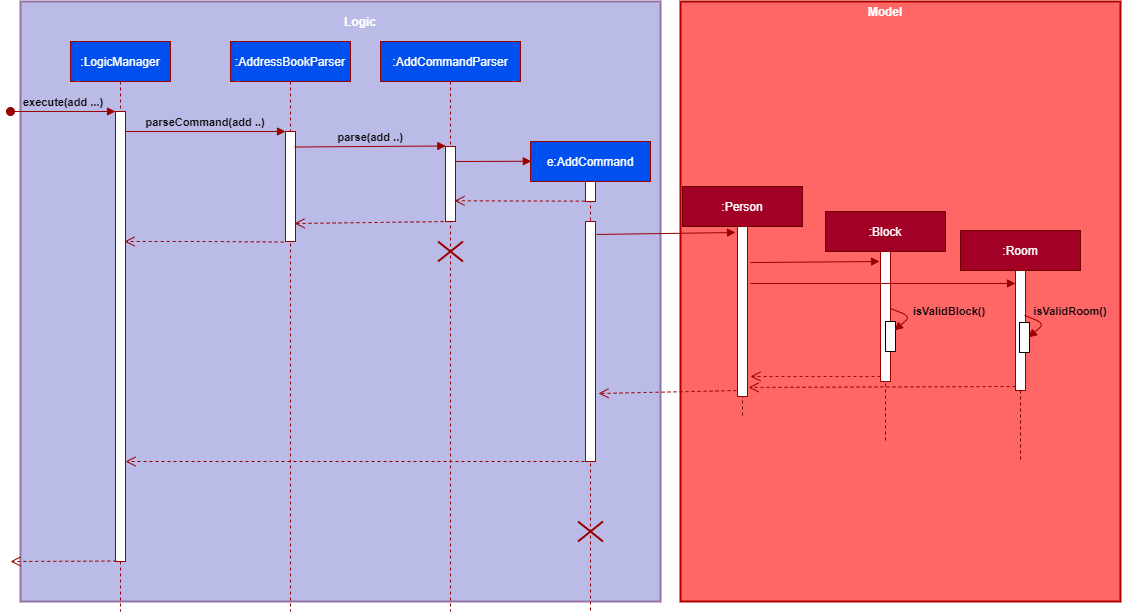
yanchenglee98/tp keeps this draw.io diagram as docs/images/Block Room Validation.png. Above is the earlier version. Source tidied: cells renumbered, new cells last; positions are measured from the earlier drawing's top-left corner, leaving out a move shared by most shapes.
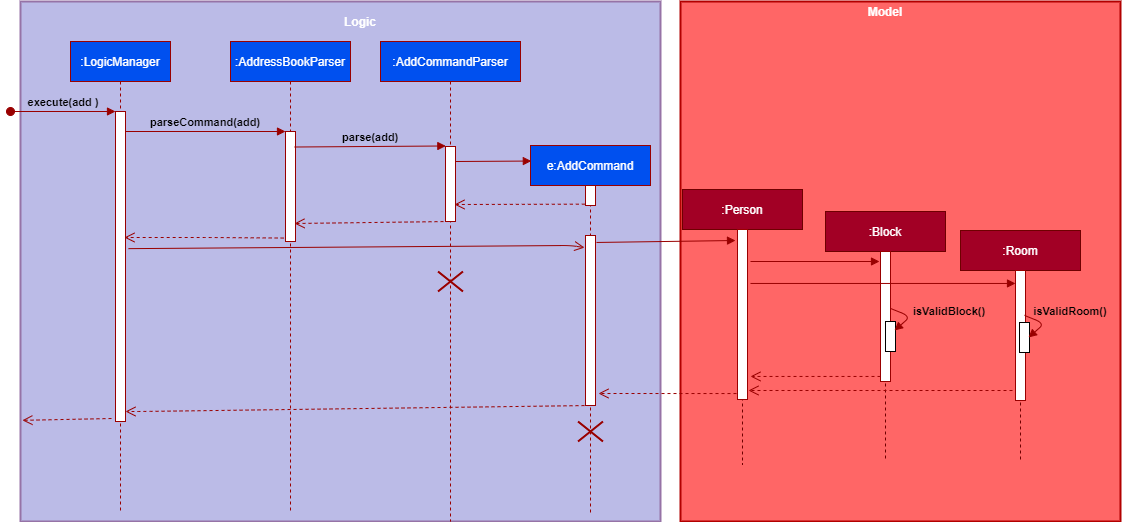
Later version of the same file.

Commit message:
Fix sequence diagram in DG

Change to the diagram source:
```diff
@@ -3,51 +3,51 @@
     <mxCell id="0" />
     <mxCell id="1" parent="0" />
     <mxCell id="2" value="&lt;br&gt;&lt;br&gt;" style="rounded=0;whiteSpace=wrap;html=1;labelBackgroundColor=none;strokeWidth=2;strokeColor=#9673a6;fillColor=#BBBBE7;" parent="1" vertex="1">
-      <mxGeometry x="10" width="640" height="600" as="geometry" />
+      <mxGeometry x="10" width="640" height="520" as="geometry" />
     </mxCell>
     <mxCell id="3" value=":LogicManager" style="shape=umlLifeline;perimeter=lifelinePerimeter;rounded=0;shadow=0;strokeWidth=1;fillColor=#0050ef;fontColor=#ffffff;strokeColor=#990000;" parent="1" vertex="1">
-      <mxGeometry x="60" y="40" width="100" height="570" as="geometry" />
+      <mxGeometry x="60" y="40" width="100" height="470" as="geometry" />
     </mxCell>
     <mxCell id="4" style="points=[];perimeter=orthogonalPerimeter;rounded=0;shadow=0;strokeWidth=1;strokeColor=#990000;" parent="3" vertex="1">
-      <mxGeometry x="45" y="70" width="10" height="450" as="geometry" />
+      <mxGeometry x="45" y="70" width="10" height="310" as="geometry" />
     </mxCell>
-    <mxCell id="5" value="execute(add ...)" style="verticalAlign=bottom;startArrow=oval;endArrow=block;startSize=8;shadow=0;strokeWidth=1;labelBackgroundColor=none;strokeColor=#990000;rounded=0;fontStyle=1;" parent="3" edge="1" target="4">
+    <mxCell id="5" value="execute(add )" style="verticalAlign=bottom;startArrow=oval;endArrow=block;startSize=8;shadow=0;strokeWidth=1;labelBackgroundColor=none;strokeColor=#990000;rounded=0;fontStyle=1;" parent="3" edge="1" target="4">
       <mxGeometry relative="1" as="geometry">
         <mxPoint x="-60" y="70" as="sourcePoint" />
       </mxGeometry>
     </mxCell>
     <mxCell id="6" value=":AddressBookParser" style="shape=umlLifeline;perimeter=lifelinePerimeter;rounded=0;shadow=0;strokeWidth=1;fillColor=#0050ef;fontColor=#ffffff;strokeColor=#990000;" parent="1" vertex="1">
-      <mxGeometry x="220" y="40" width="120" height="570" as="geometry" />
+      <mxGeometry x="220" y="40" width="120" height="470" as="geometry" />
     </mxCell>
     <mxCell id="7" style="points=[];perimeter=orthogonalPerimeter;rounded=0;shadow=0;strokeWidth=1;strokeColor=#990000;" parent="6" vertex="1">
       <mxGeometry x="55" y="90" width="10" height="110" as="geometry" />
     </mxCell>
-    <mxCell id="8" value="parseCommand(add ..)" style="verticalAlign=bottom;endArrow=block;entryX=0;entryY=0;shadow=0;strokeWidth=1;labelBackgroundColor=none;strokeColor=#990000;fontStyle=1;" parent="1" edge="1" source="4" target="7">
+    <mxCell id="8" value="parseCommand(add)" style="verticalAlign=bottom;endArrow=block;entryX=0;entryY=0;shadow=0;strokeWidth=1;labelBackgroundColor=none;strokeColor=#990000;fontStyle=1;" parent="1" edge="1" source="4" target="7">
       <mxGeometry relative="1" as="geometry" />
     </mxCell>
     <mxCell id="9" value="e:AddCommand" style="shape=umlLifeline;perimeter=lifelinePerimeter;rounded=0;shadow=0;strokeWidth=1;fillColor=#0050ef;fontColor=#ffffff;strokeColor=#990000;" parent="1" vertex="1">
-      <mxGeometry x="520" y="140" width="120" height="470" as="geometry" />
+      <mxGeometry x="520" y="144" width="120" height="370" as="geometry" />
     </mxCell>
     <mxCell id="10" style="points=[];perimeter=orthogonalPerimeter;rounded=0;shadow=0;strokeWidth=1;strokeColor=#990000;" parent="9" vertex="1">
       <mxGeometry x="55" y="40" width="10" height="20" as="geometry" />
     </mxCell>
     <mxCell id="11" style="points=[];perimeter=orthogonalPerimeter;rounded=0;shadow=0;strokeWidth=1;strokeColor=#990000;" parent="9" vertex="1">
-      <mxGeometry x="55" y="80" width="10" height="240" as="geometry" />
+      <mxGeometry x="55" y="90" width="10" height="170" as="geometry" />
     </mxCell>
     <mxCell id="12" style="shape=umlDestroy;whiteSpace=wrap;html=1;strokeWidth=2;labelBackgroundColor=none;fontColor=#990000;strokeColor=#990000;" parent="9" vertex="1">
-      <mxGeometry x="47.5" y="380" width="25" height="20" as="geometry" />
+      <mxGeometry x="47.5" y="276" width="25" height="20" as="geometry" />
     </mxCell>
     <mxCell id="13" style="html=1;verticalAlign=bottom;endArrow=open;dashed=1;endSize=8;labelBackgroundColor=none;exitX=-0.083;exitY=1.005;exitDx=0;exitDy=0;exitPerimeter=0;strokeColor=#990000;" parent="1" edge="1">
       <mxGeometry relative="1" as="geometry">
-        <mxPoint x="273.2" y="240.5" as="sourcePoint" />
-        <mxPoint x="114" y="240" as="targetPoint" />
+        <mxPoint x="273.2" y="236.5" as="sourcePoint" />
+        <mxPoint x="114" y="236" as="targetPoint" />
         <Array as="points">
-          <mxPoint x="199" y="240" />
+          <mxPoint x="199" y="236" />
         </Array>
       </mxGeometry>
     </mxCell>
     <mxCell id="14" value=":AddCommandParser" style="shape=umlLifeline;perimeter=lifelinePerimeter;rounded=0;shadow=0;strokeWidth=1;fillColor=#0050ef;fontColor=#ffffff;strokeColor=#990000;" parent="1" vertex="1">
-      <mxGeometry x="370" y="40" width="140" height="570" as="geometry" />
+      <mxGeometry x="370" y="40" width="140" height="480" as="geometry" />
     </mxCell>
     <mxCell id="15" style="points=[];perimeter=orthogonalPerimeter;rounded=0;shadow=0;strokeWidth=1;strokeColor=#990000;" parent="14" vertex="1">
       <mxGeometry x="65" y="105" width="10" height="75" as="geometry" />
@@ -58,13 +58,16 @@
       </mxGeometry>
     </mxCell>
     <mxCell id="17" style="shape=umlDestroy;whiteSpace=wrap;html=1;strokeWidth=2;labelBackgroundColor=none;fontColor=#990000;strokeColor=#990000;" parent="14" vertex="1">
-      <mxGeometry x="57.5" y="200" width="25" height="20" as="geometry" />
+      <mxGeometry x="57.5" y="230" width="25" height="20" as="geometry" />
     </mxCell>
-    <mxCell id="18" value="parse(add ..)" style="verticalAlign=bottom;endArrow=block;shadow=0;strokeWidth=1;labelBackgroundColor=none;entryX=0.033;entryY=-0.007;entryDx=0;entryDy=0;entryPerimeter=0;exitX=0.917;exitY=0.141;exitDx=0;exitDy=0;exitPerimeter=0;strokeColor=#990000;fontStyle=1;" parent="1" edge="1" source="7" target="15">
+    <mxCell id="18" value="parse(add)" style="verticalAlign=bottom;endArrow=block;shadow=0;strokeWidth=1;labelBackgroundColor=none;entryX=0.033;entryY=-0.007;entryDx=0;entryDy=0;entryPerimeter=0;exitX=0.917;exitY=0.141;exitDx=0;exitDy=0;exitPerimeter=0;strokeColor=#990000;fontStyle=1;" parent="1" edge="1" source="7" target="15">
       <mxGeometry relative="1" as="geometry" />
     </mxCell>
-    <mxCell id="19" style="html=1;verticalAlign=bottom;endArrow=open;dashed=1;endSize=8;labelBackgroundColor=none;fontColor=#000000;exitX=-0.067;exitY=0.983;exitDx=0;exitDy=0;exitPerimeter=0;entryX=0.9;entryY=0.724;entryDx=0;entryDy=0;entryPerimeter=0;strokeColor=#990000;" parent="1" edge="1" source="10" target="15">
-      <mxGeometry relative="1" as="geometry" />
+    <mxCell id="19" style="html=1;verticalAlign=bottom;endArrow=open;dashed=1;endSize=8;labelBackgroundColor=none;fontColor=#000000;exitX=-0.067;exitY=0.983;exitDx=0;exitDy=0;exitPerimeter=0;strokeColor=#990000;" parent="1" edge="1">
+      <mxGeometry relative="1" as="geometry">
+        <mxPoint x="574.3" y="202.7" as="sourcePoint" />
+        <mxPoint x="444" y="203" as="targetPoint" />
+      </mxGeometry>
     </mxCell>
     <mxCell id="20" style="html=1;verticalAlign=bottom;endArrow=open;dashed=1;endSize=8;labelBackgroundColor=none;fontColor=#000000;exitX=0.4;exitY=1;exitDx=0;exitDy=0;exitPerimeter=0;strokeColor=#990000;" parent="1" edge="1" source="15">
       <mxGeometry relative="1" as="geometry">
@@ -74,23 +77,24 @@
     <mxCell id="21" style="html=1;verticalAlign=bottom;endArrow=open;dashed=1;endSize=8;labelBackgroundColor=none;fontColor=#000000;exitX=0.5;exitY=1;exitDx=0;exitDy=0;exitPerimeter=0;strokeColor=#990000;" parent="1" edge="1" source="11" target="4">
       <mxGeometry relative="1" as="geometry">
         <Array as="points">
-          <mxPoint x="270" y="460" />
+          <mxPoint x="130" y="410" />
         </Array>
       </mxGeometry>
     </mxCell>
-    <mxCell id="22" style="html=1;verticalAlign=bottom;endArrow=open;dashed=1;endSize=8;labelBackgroundColor=none;fontColor=#000000;exitX=0.083;exitY=0.999;exitDx=0;exitDy=0;exitPerimeter=0;strokeColor=#990000;" parent="1" edge="1" source="4">
+    <mxCell id="22" style="html=1;verticalAlign=bottom;endArrow=open;dashed=1;endSize=8;labelBackgroundColor=none;fontColor=#000000;exitX=-0.4;exitY=0.971;exitDx=0;exitDy=0;exitPerimeter=0;strokeColor=#990000;entryX=0.003;entryY=0.792;entryDx=0;entryDy=0;entryPerimeter=0;" parent="1" edge="1">
       <mxGeometry relative="1" as="geometry">
-        <mxPoint y="560" as="targetPoint" />
+        <mxPoint x="101" y="417" as="sourcePoint" />
+        <mxPoint x="11.9" y="418.8" as="targetPoint" />
       </mxGeometry>
     </mxCell>
     <mxCell id="23" value="&lt;font color=&quot;#ffffff&quot;&gt;&lt;b&gt;Logic&lt;/b&gt;&lt;/font&gt;" style="text;html=1;strokeColor=none;fillColor=none;align=center;verticalAlign=middle;whiteSpace=wrap;rounded=0;labelBackgroundColor=none;fontColor=#000000;" parent="1" vertex="1">
       <mxGeometry x="330" y="10" width="40" height="20" as="geometry" />
     </mxCell>
     <mxCell id="24" value="&lt;br&gt;&lt;br&gt;" style="rounded=0;whiteSpace=wrap;html=1;labelBackgroundColor=none;strokeColor=#B20000;strokeWidth=2;fontColor=#ffffff;fillColor=#FF6666;" parent="1" vertex="1">
-      <mxGeometry x="670" width="440" height="600" as="geometry" />
+      <mxGeometry x="670" width="440" height="520" as="geometry" />
     </mxCell>
     <mxCell id="25" value=":Person" style="shape=umlLifeline;perimeter=lifelinePerimeter;rounded=0;shadow=0;strokeWidth=1;fillColor=#a20025;fontColor=#ffffff;strokeColor=#6F0000;" parent="1" vertex="1">
-      <mxGeometry x="672" y="185" width="120" height="230" as="geometry" />
+      <mxGeometry x="672" y="188" width="120" height="275" as="geometry" />
     </mxCell>
     <mxCell id="26" style="points=[];perimeter=orthogonalPerimeter;rounded=0;shadow=0;strokeWidth=1;strokeColor=#990000;" parent="25" vertex="1">
       <mxGeometry x="55" y="40" width="10" height="170" as="geometry" />
@@ -100,12 +104,12 @@
     </mxCell>
     <mxCell id="28" style="html=1;verticalAlign=bottom;endArrow=block;labelBackgroundColor=none;strokeColor=#990000;entryX=0;entryY=0.15;entryDx=0;entryDy=0;entryPerimeter=0;exitX=1.3;exitY=0.054;exitDx=0;exitDy=0;exitPerimeter=0;" parent="1" edge="1">
       <mxGeometry relative="1" as="geometry">
-        <mxPoint x="586" y="233" as="sourcePoint" />
-        <mxPoint x="725" y="231" as="targetPoint" />
+        <mxPoint x="586" y="241" as="sourcePoint" />
+        <mxPoint x="725" y="239" as="targetPoint" />
       </mxGeometry>
     </mxCell>
     <mxCell id="29" value=":Block" style="shape=umlLifeline;perimeter=lifelinePerimeter;rounded=0;shadow=0;strokeWidth=1;fillColor=#a20025;fontColor=#ffffff;strokeColor=#6F0000;" parent="1" vertex="1">
-      <mxGeometry x="815" y="210" width="120" height="230" as="geometry" />
+      <mxGeometry x="815" y="210" width="120" height="250" as="geometry" />
     </mxCell>
     <mxCell id="30" style="points=[];perimeter=orthogonalPerimeter;rounded=0;shadow=0;strokeWidth=1;strokeColor=#990000;" parent="29" vertex="1">
       <mxGeometry x="55" y="40" width="10" height="130" as="geometry" />
@@ -114,13 +118,14 @@
       <mxGeometry x="950" y="229" width="120" height="230" as="geometry" />
     </mxCell>
     <mxCell id="32" style="points=[];perimeter=orthogonalPerimeter;rounded=0;shadow=0;strokeWidth=1;strokeColor=#990000;" parent="31" vertex="1">
-      <mxGeometry x="55" y="40" width="10" height="120" as="geometry" />
+      <mxGeometry x="55" y="40" width="10" height="130" as="geometry" />
     </mxCell>
     <mxCell id="33" style="html=1;perimeter=orthogonalPerimeter;" parent="31" vertex="1">
       <mxGeometry x="59" y="92" width="10" height="30" as="geometry" />
     </mxCell>
-    <mxCell id="34" style="html=1;verticalAlign=bottom;endArrow=block;labelBackgroundColor=none;strokeColor=#990000;entryX=0;entryY=0.15;entryDx=0;entryDy=0;entryPerimeter=0;exitX=1.3;exitY=0.212;exitDx=0;exitDy=0;exitPerimeter=0;" parent="1" edge="1" source="26">
+    <mxCell id="34" style="html=1;verticalAlign=bottom;endArrow=block;labelBackgroundColor=none;strokeColor=#990000;entryX=0;entryY=0.15;entryDx=0;entryDy=0;entryPerimeter=0;" parent="1" edge="1">
       <mxGeometry relative="1" as="geometry">
+        <mxPoint x="740" y="260" as="sourcePoint" />
         <mxPoint x="869" y="260" as="targetPoint" />
       </mxGeometry>
     </mxCell>
@@ -161,7 +166,7 @@
     </mxCell>
     <mxCell id="42" style="html=1;verticalAlign=bottom;endArrow=open;dashed=1;endSize=8;labelBackgroundColor=none;fontColor=#000000;strokeColor=#990000;entryX=1.1;entryY=0.947;entryDx=0;entryDy=0;entryPerimeter=0;" parent="1" edge="1" target="26">
       <mxGeometry relative="1" as="geometry">
-        <mxPoint x="1005" y="385" as="sourcePoint" />
+        <mxPoint x="1002" y="389" as="sourcePoint" />
       </mxGeometry>
     </mxCell>
     <mxCell id="43" style="html=1;verticalAlign=bottom;endArrow=open;dashed=1;endSize=8;labelBackgroundColor=none;fontColor=#000000;strokeColor=#990000;exitX=-0.1;exitY=0.965;exitDx=0;exitDy=0;exitPerimeter=0;" parent="1" edge="1" source="26">
@@ -169,5 +174,14 @@
         <mxPoint x="588" y="392" as="targetPoint" />
       </mxGeometry>
     </mxCell>
+    <mxCell id="44" style="html=1;verticalAlign=bottom;endArrow=open;endSize=8;labelBackgroundColor=none;fontColor=#000000;exitX=1.3;exitY=0.494;exitDx=0;exitDy=0;exitPerimeter=0;strokeColor=#990000;entryX=-0.1;entryY=0.124;entryDx=0;entryDy=0;entryPerimeter=0;" parent="1" edge="1">
+      <mxGeometry relative="1" as="geometry">
+        <mxPoint x="118" y="247.1" as="sourcePoint" />
+        <mxPoint x="574" y="246.1" as="targetPoint" />
+        <Array as="points">
+          <mxPoint x="560" y="244" />
+        </Array>
+      </mxGeometry>
+    </mxCell>
   </root>
 </mxGraphModel>
```
